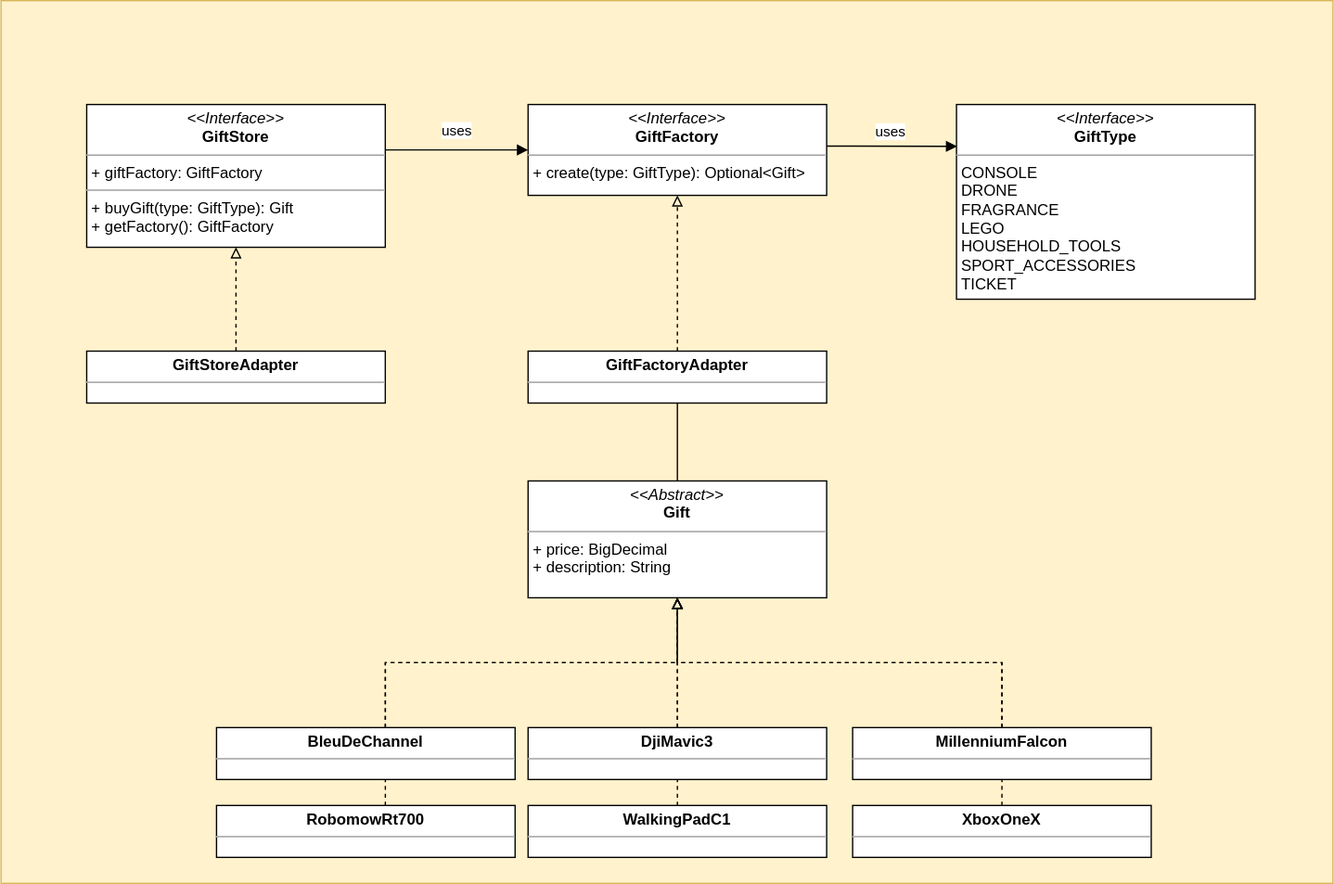
Earlier version of the draw.io export src/main/java/pl/vm/javaguild/designpatterns/pattern/creational/simplefactory/diagram/simple_factory.svg (vmpl/java-design-patterns). Source tidied: cells renumbered, new cells last; positions are measured from the earlier drawing's top-left corner, leaving out a move shared by most shapes. Source of this version:
```xml
<mxGraphModel>
  <root>
    <mxCell id="0" />
    <mxCell id="1" parent="0" />
    <mxCell id="2" style="rounded=0;whiteSpace=wrap;html=1;fillColor=#fff2cc;strokeColor=#d6b656;" parent="1" vertex="1">
      <mxGeometry width="1026" height="680" as="geometry" />
    </mxCell>
    <mxCell id="3" style="edgeStyle=orthogonalEdgeStyle;rounded=0;jettySize=auto;html=1;entryX=0;entryY=0.5;entryDx=0;entryDy=0;endArrow=block;endFill=1;" parent="1" edge="1" source="5" target="8">
      <mxGeometry relative="1" as="geometry">
        <Array as="points">
          <mxPoint x="296" y="115" />
          <mxPoint x="296" y="115" />
        </Array>
      </mxGeometry>
    </mxCell>
    <mxCell id="4" value="uses" style="edgeLabel;html=1;align=center;verticalAlign=middle;" parent="3" vertex="1">
      <mxGeometry x="-0.15" y="-3" relative="1" as="geometry">
        <mxPoint x="7" y="-18" as="offset" />
      </mxGeometry>
    </mxCell>
    <mxCell id="5" value="&lt;p style=&quot;margin:0px;margin-top:4px;text-align:center;&quot;&gt;&lt;i&gt;&amp;lt;&amp;lt;Interface&amp;gt;&amp;gt;&lt;/i&gt;&lt;br&gt;&lt;b&gt;GiftStore&lt;/b&gt;&lt;br&gt;&lt;/p&gt;&lt;hr size=&quot;1&quot;&gt;&lt;p style=&quot;margin:0px;margin-left:4px;&quot;&gt;+ giftFactory: GiftFactory&lt;br&gt;&lt;/p&gt;&lt;hr size=&quot;1&quot;&gt;&lt;p style=&quot;margin:0px;margin-left:4px;&quot;&gt;+ buyGift(type: GiftType): Gift&lt;br&gt;+ getFactory(): GiftFactory&lt;/p&gt;" style="verticalAlign=top;align=left;overflow=fill;fontSize=12;fontFamily=Helvetica;html=1;" parent="1" vertex="1">
      <mxGeometry x="66" y="80" width="230" height="110" as="geometry" />
    </mxCell>
    <mxCell id="6" style="edgeStyle=orthogonalEdgeStyle;rounded=0;jettySize=auto;html=1;entryX=0.002;entryY=0.215;entryDx=0;entryDy=0;entryPerimeter=0;endArrow=block;endFill=1;" parent="1" edge="1" source="8" target="14">
      <mxGeometry relative="1" as="geometry">
        <Array as="points">
          <mxPoint x="656" y="112" />
          <mxPoint x="656" y="112" />
        </Array>
      </mxGeometry>
    </mxCell>
    <mxCell id="7" value="uses" style="edgeLabel;html=1;align=center;verticalAlign=middle;" parent="6" vertex="1">
      <mxGeometry x="0.06" relative="1" as="geometry">
        <mxPoint x="-4" y="-12" as="offset" />
      </mxGeometry>
    </mxCell>
    <mxCell id="8" value="&lt;p style=&quot;margin:0px;margin-top:4px;text-align:center;&quot;&gt;&lt;i&gt;&amp;lt;&amp;lt;Interface&amp;gt;&amp;gt;&lt;/i&gt;&lt;br&gt;&lt;b&gt;GiftFactory&lt;/b&gt;&lt;/p&gt;&lt;hr size=&quot;1&quot;&gt;&lt;p style=&quot;margin:0px;margin-left:4px;&quot;&gt;+ create(type: GiftType): Optional&amp;lt;Gift&amp;gt;&lt;br&gt;&lt;/p&gt;" style="verticalAlign=top;align=left;overflow=fill;fontSize=12;fontFamily=Helvetica;html=1;" parent="1" vertex="1">
      <mxGeometry x="406" y="80" width="230" height="70" as="geometry" />
    </mxCell>
    <mxCell id="9" style="edgeStyle=orthogonalEdgeStyle;rounded=0;jettySize=auto;html=1;entryX=0.5;entryY=1;entryDx=0;entryDy=0;dashed=1;endArrow=block;endFill=0;" parent="1" edge="1" source="10" target="5">
      <mxGeometry relative="1" as="geometry" />
    </mxCell>
    <mxCell id="10" value="&lt;p style=&quot;margin:0px;margin-top:4px;text-align:center;&quot;&gt;&lt;b&gt;GiftStoreAdapter&lt;/b&gt;&lt;/p&gt;&lt;hr size=&quot;1&quot;&gt;&lt;p style=&quot;margin: 0px 0px 0px 4px;&quot;&gt;&lt;br&gt;&lt;/p&gt;" style="verticalAlign=top;align=left;overflow=fill;fontSize=12;fontFamily=Helvetica;html=1;" parent="1" vertex="1">
      <mxGeometry x="66" y="270" width="230" height="40" as="geometry" />
    </mxCell>
    <mxCell id="11" style="edgeStyle=orthogonalEdgeStyle;rounded=0;jettySize=auto;html=1;entryX=0.5;entryY=1;entryDx=0;entryDy=0;dashed=1;endArrow=block;endFill=0;" parent="1" edge="1" source="13" target="8">
      <mxGeometry relative="1" as="geometry" />
    </mxCell>
    <mxCell id="12" style="edgeStyle=orthogonalEdgeStyle;rounded=0;jettySize=auto;html=1;endArrow=none;endFill=0;" parent="1" edge="1" source="13" target="15">
      <mxGeometry relative="1" as="geometry" />
    </mxCell>
    <mxCell id="13" value="&lt;p style=&quot;margin:0px;margin-top:4px;text-align:center;&quot;&gt;&lt;b&gt;GiftFactoryAdapter&lt;/b&gt;&lt;/p&gt;&lt;hr size=&quot;1&quot;&gt;&lt;p style=&quot;margin: 0px 0px 0px 4px;&quot;&gt;&lt;br&gt;&lt;/p&gt;" style="verticalAlign=top;align=left;overflow=fill;fontSize=12;fontFamily=Helvetica;html=1;" parent="1" vertex="1">
      <mxGeometry x="406" y="270" width="230" height="40" as="geometry" />
    </mxCell>
    <mxCell id="14" value="&lt;p style=&quot;margin:0px;margin-top:4px;text-align:center;&quot;&gt;&lt;i&gt;&amp;lt;&amp;lt;Interface&amp;gt;&amp;gt;&lt;/i&gt;&lt;br&gt;&lt;b&gt;GiftType&lt;/b&gt;&lt;/p&gt;&lt;hr size=&quot;1&quot;&gt;&lt;p style=&quot;margin:0px;margin-left:4px;&quot;&gt;CONSOLE&lt;/p&gt;&lt;p style=&quot;margin:0px;margin-left:4px;&quot;&gt;DRONE&lt;/p&gt;&lt;p style=&quot;margin:0px;margin-left:4px;&quot;&gt;FRAGRANCE&lt;/p&gt;&lt;p style=&quot;margin:0px;margin-left:4px;&quot;&gt;LEGO&lt;/p&gt;&lt;p style=&quot;margin:0px;margin-left:4px;&quot;&gt;HOUSEHOLD_TOOLS&lt;/p&gt;&lt;p style=&quot;margin:0px;margin-left:4px;&quot;&gt;SPORT_ACCESSORIES&lt;/p&gt;&lt;p style=&quot;margin:0px;margin-left:4px;&quot;&gt;TICKET&lt;/p&gt;" style="verticalAlign=top;align=left;overflow=fill;fontSize=12;fontFamily=Helvetica;html=1;" parent="1" vertex="1">
      <mxGeometry x="736" y="80" width="230" height="150" as="geometry" />
    </mxCell>
    <mxCell id="15" value="&lt;p style=&quot;margin:0px;margin-top:4px;text-align:center;&quot;&gt;&lt;i&gt;&amp;lt;&amp;lt;Abstract&amp;gt;&amp;gt;&lt;/i&gt;&lt;br&gt;&lt;b&gt;Gift&lt;/b&gt;&lt;br&gt;&lt;/p&gt;&lt;hr size=&quot;1&quot;&gt;&lt;p style=&quot;margin:0px;margin-left:4px;&quot;&gt;+ price: BigDecimal&lt;br&gt;&lt;/p&gt;&lt;p style=&quot;margin:0px;margin-left:4px;&quot;&gt;+ description: String&lt;/p&gt;" style="verticalAlign=top;align=left;overflow=fill;fontSize=12;fontFamily=Helvetica;html=1;" parent="1" vertex="1">
      <mxGeometry x="406" y="370" width="230" height="90" as="geometry" />
    </mxCell>
    <mxCell id="16" style="edgeStyle=orthogonalEdgeStyle;rounded=0;jettySize=auto;html=1;entryX=0.5;entryY=1;entryDx=0;entryDy=0;endArrow=block;endFill=0;dashed=1;" parent="1" edge="1" source="25" target="15">
      <mxGeometry relative="1" as="geometry">
        <Array as="points">
          <mxPoint x="296" y="510" />
          <mxPoint x="521" y="510" />
        </Array>
      </mxGeometry>
    </mxCell>
    <mxCell id="17" style="edgeStyle=orthogonalEdgeStyle;rounded=0;jettySize=auto;html=1;dashed=1;endArrow=block;endFill=0;entryX=0.5;entryY=1;entryDx=0;entryDy=0;" parent="1" edge="1" source="20" target="15">
      <mxGeometry relative="1" as="geometry">
        <Array as="points">
          <mxPoint x="296" y="510" />
          <mxPoint x="521" y="510" />
        </Array>
      </mxGeometry>
    </mxCell>
    <mxCell id="18" style="edgeStyle=orthogonalEdgeStyle;rounded=0;jettySize=auto;html=1;dashed=1;endArrow=block;endFill=0;" parent="1" edge="1" source="26">
      <mxGeometry relative="1" as="geometry">
        <mxPoint x="521" y="460" as="targetPoint" />
      </mxGeometry>
    </mxCell>
    <mxCell id="19" style="edgeStyle=orthogonalEdgeStyle;rounded=0;jettySize=auto;html=1;dashed=1;endArrow=block;endFill=0;exitX=0.5;exitY=0;exitDx=0;exitDy=0;" parent="1" edge="1" source="27">
      <mxGeometry relative="1" as="geometry">
        <mxPoint x="521" y="460" as="targetPoint" />
        <Array as="points">
          <mxPoint x="771" y="510" />
          <mxPoint x="521" y="510" />
        </Array>
      </mxGeometry>
    </mxCell>
    <mxCell id="20" value="&lt;p style=&quot;margin:0px;margin-top:4px;text-align:center;&quot;&gt;&lt;b&gt;RobomowRt700&lt;/b&gt;&lt;/p&gt;&lt;hr size=&quot;1&quot;&gt;&lt;p style=&quot;margin: 0px 0px 0px 4px;&quot;&gt;&lt;br&gt;&lt;/p&gt;" style="verticalAlign=top;align=left;overflow=fill;fontSize=12;fontFamily=Helvetica;html=1;" parent="1" vertex="1">
      <mxGeometry x="166" y="620" width="230" height="40" as="geometry" />
    </mxCell>
    <mxCell id="21" style="edgeStyle=orthogonalEdgeStyle;rounded=0;jettySize=auto;html=1;dashed=1;endArrow=block;endFill=0;" parent="1" edge="1" source="22">
      <mxGeometry relative="1" as="geometry">
        <mxPoint x="521" y="460" as="targetPoint" />
      </mxGeometry>
    </mxCell>
    <mxCell id="22" value="&lt;p style=&quot;margin:0px;margin-top:4px;text-align:center;&quot;&gt;&lt;b&gt;WalkingPadC1&lt;/b&gt;&lt;/p&gt;&lt;hr size=&quot;1&quot;&gt;&lt;p style=&quot;margin: 0px 0px 0px 4px;&quot;&gt;&lt;br&gt;&lt;/p&gt;" style="verticalAlign=top;align=left;overflow=fill;fontSize=12;fontFamily=Helvetica;html=1;" parent="1" vertex="1">
      <mxGeometry x="406" y="620" width="230" height="40" as="geometry" />
    </mxCell>
    <mxCell id="23" style="edgeStyle=orthogonalEdgeStyle;rounded=0;jettySize=auto;html=1;dashed=1;endArrow=block;endFill=0;entryX=0.5;entryY=1;entryDx=0;entryDy=0;" parent="1" edge="1" source="24" target="15">
      <mxGeometry relative="1" as="geometry">
        <Array as="points">
          <mxPoint x="771" y="510" />
          <mxPoint x="521" y="510" />
        </Array>
      </mxGeometry>
    </mxCell>
    <mxCell id="24" value="&lt;p style=&quot;margin:0px;margin-top:4px;text-align:center;&quot;&gt;&lt;b&gt;XboxOneX&lt;/b&gt;&lt;/p&gt;&lt;hr size=&quot;1&quot;&gt;&lt;p style=&quot;margin: 0px 0px 0px 4px;&quot;&gt;&lt;br&gt;&lt;/p&gt;" style="verticalAlign=top;align=left;overflow=fill;fontSize=12;fontFamily=Helvetica;html=1;" parent="1" vertex="1">
      <mxGeometry x="656" y="620" width="230" height="40" as="geometry" />
    </mxCell>
    <mxCell id="25" value="&lt;p style=&quot;margin:0px;margin-top:4px;text-align:center;&quot;&gt;&lt;b&gt;BleuDeChannel&lt;/b&gt;&lt;/p&gt;&lt;hr size=&quot;1&quot;&gt;&lt;p style=&quot;margin: 0px 0px 0px 4px;&quot;&gt;&lt;br&gt;&lt;/p&gt;" style="verticalAlign=top;align=left;overflow=fill;fontSize=12;fontFamily=Helvetica;html=1;" parent="1" vertex="1">
      <mxGeometry x="166" y="560" width="230" height="40" as="geometry" />
    </mxCell>
    <mxCell id="26" value="&lt;p style=&quot;margin:0px;margin-top:4px;text-align:center;&quot;&gt;&lt;b&gt;DjiMavic3&lt;/b&gt;&lt;/p&gt;&lt;hr size=&quot;1&quot;&gt;&lt;p style=&quot;margin: 0px 0px 0px 4px;&quot;&gt;&lt;br&gt;&lt;/p&gt;" style="verticalAlign=top;align=left;overflow=fill;fontSize=12;fontFamily=Helvetica;html=1;" parent="1" vertex="1">
      <mxGeometry x="406" y="560" width="230" height="40" as="geometry" />
    </mxCell>
    <mxCell id="27" value="&lt;p style=&quot;margin:0px;margin-top:4px;text-align:center;&quot;&gt;&lt;b&gt;MillenniumFalcon&lt;/b&gt;&lt;/p&gt;&lt;hr size=&quot;1&quot;&gt;&lt;p style=&quot;margin: 0px 0px 0px 4px;&quot;&gt;&lt;br&gt;&lt;/p&gt;" style="verticalAlign=top;align=left;overflow=fill;fontSize=12;fontFamily=Helvetica;html=1;" parent="1" vertex="1">
      <mxGeometry x="656" y="560" width="230" height="40" as="geometry" />
    </mxCell>
  </root>
</mxGraphModel>
```
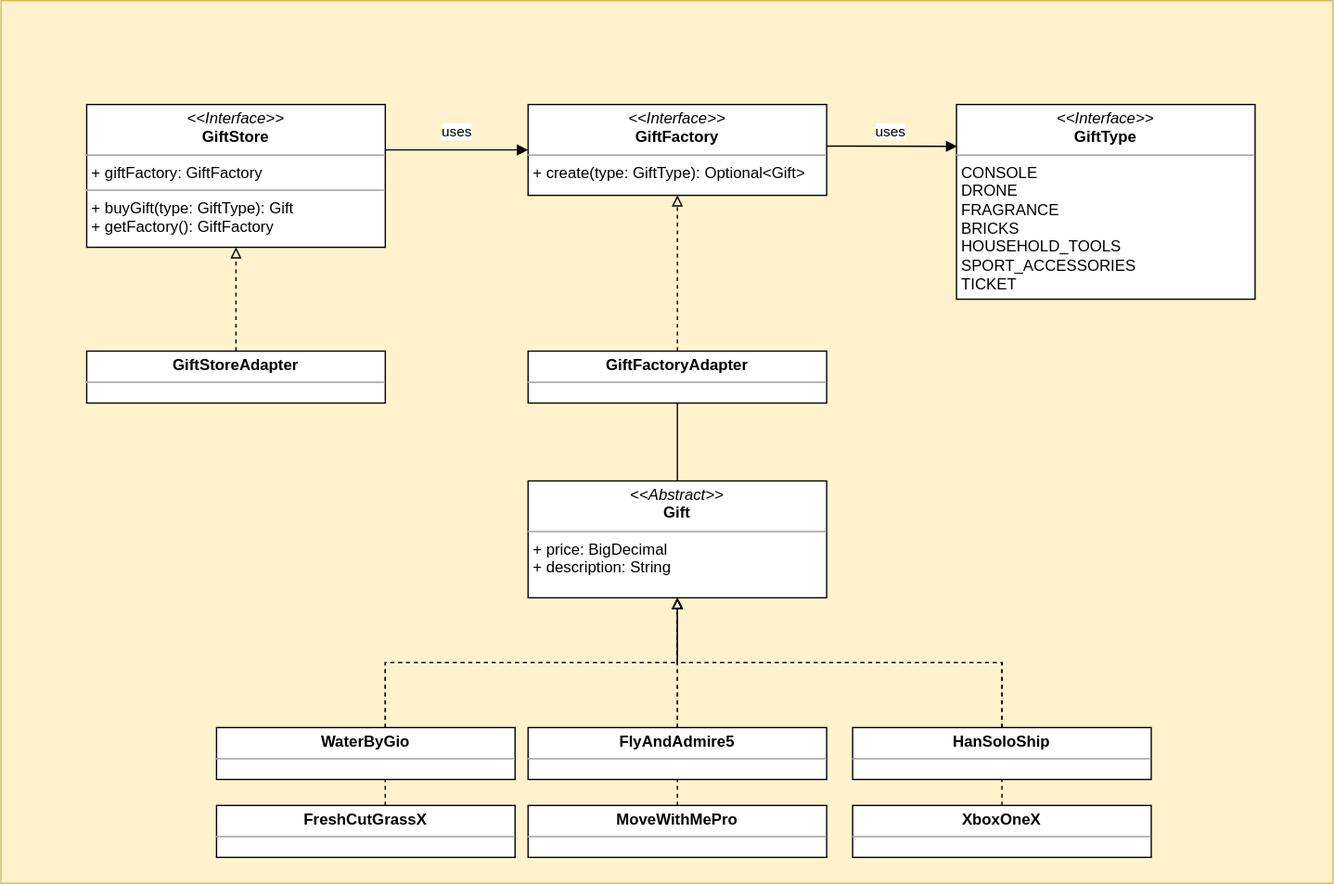
Later version of the same file.

The edit, as a diff of the source:
```diff
@@ -52,7 +52,7 @@
     <mxCell id="13" value="&lt;p style=&quot;margin:0px;margin-top:4px;text-align:center;&quot;&gt;&lt;b&gt;GiftFactoryAdapter&lt;/b&gt;&lt;/p&gt;&lt;hr size=&quot;1&quot;&gt;&lt;p style=&quot;margin: 0px 0px 0px 4px;&quot;&gt;&lt;br&gt;&lt;/p&gt;" style="verticalAlign=top;align=left;overflow=fill;fontSize=12;fontFamily=Helvetica;html=1;" parent="1" vertex="1">
       <mxGeometry x="406" y="270" width="230" height="40" as="geometry" />
     </mxCell>
-    <mxCell id="14" value="&lt;p style=&quot;margin:0px;margin-top:4px;text-align:center;&quot;&gt;&lt;i&gt;&amp;lt;&amp;lt;Interface&amp;gt;&amp;gt;&lt;/i&gt;&lt;br&gt;&lt;b&gt;GiftType&lt;/b&gt;&lt;/p&gt;&lt;hr size=&quot;1&quot;&gt;&lt;p style=&quot;margin:0px;margin-left:4px;&quot;&gt;CONSOLE&lt;/p&gt;&lt;p style=&quot;margin:0px;margin-left:4px;&quot;&gt;DRONE&lt;/p&gt;&lt;p style=&quot;margin:0px;margin-left:4px;&quot;&gt;FRAGRANCE&lt;/p&gt;&lt;p style=&quot;margin:0px;margin-left:4px;&quot;&gt;LEGO&lt;/p&gt;&lt;p style=&quot;margin:0px;margin-left:4px;&quot;&gt;HOUSEHOLD_TOOLS&lt;/p&gt;&lt;p style=&quot;margin:0px;margin-left:4px;&quot;&gt;SPORT_ACCESSORIES&lt;/p&gt;&lt;p style=&quot;margin:0px;margin-left:4px;&quot;&gt;TICKET&lt;/p&gt;" style="verticalAlign=top;align=left;overflow=fill;fontSize=12;fontFamily=Helvetica;html=1;" parent="1" vertex="1">
+    <mxCell id="14" value="&lt;p style=&quot;margin:0px;margin-top:4px;text-align:center;&quot;&gt;&lt;i&gt;&amp;lt;&amp;lt;Interface&amp;gt;&amp;gt;&lt;/i&gt;&lt;br&gt;&lt;b&gt;GiftType&lt;/b&gt;&lt;/p&gt;&lt;hr size=&quot;1&quot;&gt;&lt;p style=&quot;margin:0px;margin-left:4px;&quot;&gt;CONSOLE&lt;/p&gt;&lt;p style=&quot;margin:0px;margin-left:4px;&quot;&gt;DRONE&lt;/p&gt;&lt;p style=&quot;margin:0px;margin-left:4px;&quot;&gt;FRAGRANCE&lt;/p&gt;&lt;p style=&quot;margin:0px;margin-left:4px;&quot;&gt;BRICKS&lt;/p&gt;&lt;p style=&quot;margin:0px;margin-left:4px;&quot;&gt;HOUSEHOLD_TOOLS&lt;/p&gt;&lt;p style=&quot;margin:0px;margin-left:4px;&quot;&gt;SPORT_ACCESSORIES&lt;/p&gt;&lt;p style=&quot;margin:0px;margin-left:4px;&quot;&gt;TICKET&lt;/p&gt;" style="verticalAlign=top;align=left;overflow=fill;fontSize=12;fontFamily=Helvetica;html=1;" parent="1" vertex="1">
       <mxGeometry x="736" y="80" width="230" height="150" as="geometry" />
     </mxCell>
     <mxCell id="15" value="&lt;p style=&quot;margin:0px;margin-top:4px;text-align:center;&quot;&gt;&lt;i&gt;&amp;lt;&amp;lt;Abstract&amp;gt;&amp;gt;&lt;/i&gt;&lt;br&gt;&lt;b&gt;Gift&lt;/b&gt;&lt;br&gt;&lt;/p&gt;&lt;hr size=&quot;1&quot;&gt;&lt;p style=&quot;margin:0px;margin-left:4px;&quot;&gt;+ price: BigDecimal&lt;br&gt;&lt;/p&gt;&lt;p style=&quot;margin:0px;margin-left:4px;&quot;&gt;+ description: String&lt;/p&gt;" style="verticalAlign=top;align=left;overflow=fill;fontSize=12;fontFamily=Helvetica;html=1;" parent="1" vertex="1">
@@ -88,7 +88,7 @@
         </Array>
       </mxGeometry>
     </mxCell>
-    <mxCell id="20" value="&lt;p style=&quot;margin:0px;margin-top:4px;text-align:center;&quot;&gt;&lt;b&gt;RobomowRt700&lt;/b&gt;&lt;/p&gt;&lt;hr size=&quot;1&quot;&gt;&lt;p style=&quot;margin: 0px 0px 0px 4px;&quot;&gt;&lt;br&gt;&lt;/p&gt;" style="verticalAlign=top;align=left;overflow=fill;fontSize=12;fontFamily=Helvetica;html=1;" parent="1" vertex="1">
+    <mxCell id="20" value="&lt;p style=&quot;margin:0px;margin-top:4px;text-align:center;&quot;&gt;&lt;b&gt;FreshCutGrassX&lt;/b&gt;&lt;/p&gt;&lt;hr size=&quot;1&quot;&gt;&lt;p style=&quot;margin: 0px 0px 0px 4px;&quot;&gt;&lt;br&gt;&lt;/p&gt;" style="verticalAlign=top;align=left;overflow=fill;fontSize=12;fontFamily=Helvetica;html=1;" parent="1" vertex="1">
       <mxGeometry x="166" y="620" width="230" height="40" as="geometry" />
     </mxCell>
     <mxCell id="21" style="edgeStyle=orthogonalEdgeStyle;rounded=0;jettySize=auto;html=1;dashed=1;endArrow=block;endFill=0;" parent="1" edge="1" source="22">
@@ -96,7 +96,7 @@
         <mxPoint x="521" y="460" as="targetPoint" />
       </mxGeometry>
     </mxCell>
-    <mxCell id="22" value="&lt;p style=&quot;margin:0px;margin-top:4px;text-align:center;&quot;&gt;&lt;b&gt;WalkingPadC1&lt;/b&gt;&lt;/p&gt;&lt;hr size=&quot;1&quot;&gt;&lt;p style=&quot;margin: 0px 0px 0px 4px;&quot;&gt;&lt;br&gt;&lt;/p&gt;" style="verticalAlign=top;align=left;overflow=fill;fontSize=12;fontFamily=Helvetica;html=1;" parent="1" vertex="1">
+    <mxCell id="22" value="&lt;p style=&quot;margin:0px;margin-top:4px;text-align:center;&quot;&gt;&lt;b&gt;MoveWithMePro&lt;/b&gt;&lt;/p&gt;&lt;hr size=&quot;1&quot;&gt;&lt;p style=&quot;margin: 0px 0px 0px 4px;&quot;&gt;&lt;br&gt;&lt;/p&gt;" style="verticalAlign=top;align=left;overflow=fill;fontSize=12;fontFamily=Helvetica;html=1;" parent="1" vertex="1">
       <mxGeometry x="406" y="620" width="230" height="40" as="geometry" />
     </mxCell>
     <mxCell id="23" style="edgeStyle=orthogonalEdgeStyle;rounded=0;jettySize=auto;html=1;dashed=1;endArrow=block;endFill=0;entryX=0.5;entryY=1;entryDx=0;entryDy=0;" parent="1" edge="1" source="24" target="15">
@@ -110,13 +110,13 @@
     <mxCell id="24" value="&lt;p style=&quot;margin:0px;margin-top:4px;text-align:center;&quot;&gt;&lt;b&gt;XboxOneX&lt;/b&gt;&lt;/p&gt;&lt;hr size=&quot;1&quot;&gt;&lt;p style=&quot;margin: 0px 0px 0px 4px;&quot;&gt;&lt;br&gt;&lt;/p&gt;" style="verticalAlign=top;align=left;overflow=fill;fontSize=12;fontFamily=Helvetica;html=1;" parent="1" vertex="1">
       <mxGeometry x="656" y="620" width="230" height="40" as="geometry" />
     </mxCell>
-    <mxCell id="25" value="&lt;p style=&quot;margin:0px;margin-top:4px;text-align:center;&quot;&gt;&lt;b&gt;BleuDeChannel&lt;/b&gt;&lt;/p&gt;&lt;hr size=&quot;1&quot;&gt;&lt;p style=&quot;margin: 0px 0px 0px 4px;&quot;&gt;&lt;br&gt;&lt;/p&gt;" style="verticalAlign=top;align=left;overflow=fill;fontSize=12;fontFamily=Helvetica;html=1;" parent="1" vertex="1">
+    <mxCell id="25" value="&lt;p style=&quot;margin:0px;margin-top:4px;text-align:center;&quot;&gt;&lt;b&gt;WaterByGio&lt;/b&gt;&lt;/p&gt;&lt;hr size=&quot;1&quot;&gt;&lt;p style=&quot;margin: 0px 0px 0px 4px;&quot;&gt;&lt;br&gt;&lt;/p&gt;" style="verticalAlign=top;align=left;overflow=fill;fontSize=12;fontFamily=Helvetica;html=1;" parent="1" vertex="1">
       <mxGeometry x="166" y="560" width="230" height="40" as="geometry" />
     </mxCell>
-    <mxCell id="26" value="&lt;p style=&quot;margin:0px;margin-top:4px;text-align:center;&quot;&gt;&lt;b&gt;DjiMavic3&lt;/b&gt;&lt;/p&gt;&lt;hr size=&quot;1&quot;&gt;&lt;p style=&quot;margin: 0px 0px 0px 4px;&quot;&gt;&lt;br&gt;&lt;/p&gt;" style="verticalAlign=top;align=left;overflow=fill;fontSize=12;fontFamily=Helvetica;html=1;" parent="1" vertex="1">
+    <mxCell id="26" value="&lt;p style=&quot;margin:0px;margin-top:4px;text-align:center;&quot;&gt;&lt;b&gt;FlyAndAdmire5&lt;/b&gt;&lt;/p&gt;&lt;hr size=&quot;1&quot;&gt;&lt;p style=&quot;margin: 0px 0px 0px 4px;&quot;&gt;&lt;br&gt;&lt;/p&gt;" style="verticalAlign=top;align=left;overflow=fill;fontSize=12;fontFamily=Helvetica;html=1;" parent="1" vertex="1">
       <mxGeometry x="406" y="560" width="230" height="40" as="geometry" />
     </mxCell>
-    <mxCell id="27" value="&lt;p style=&quot;margin:0px;margin-top:4px;text-align:center;&quot;&gt;&lt;b&gt;MillenniumFalcon&lt;/b&gt;&lt;/p&gt;&lt;hr size=&quot;1&quot;&gt;&lt;p style=&quot;margin: 0px 0px 0px 4px;&quot;&gt;&lt;br&gt;&lt;/p&gt;" style="verticalAlign=top;align=left;overflow=fill;fontSize=12;fontFamily=Helvetica;html=1;" parent="1" vertex="1">
+    <mxCell id="27" value="&lt;p style=&quot;margin:0px;margin-top:4px;text-align:center;&quot;&gt;&lt;b&gt;HanSoloShip&lt;/b&gt;&lt;/p&gt;&lt;hr size=&quot;1&quot;&gt;&lt;p style=&quot;margin: 0px 0px 0px 4px;&quot;&gt;&lt;br&gt;&lt;/p&gt;" style="verticalAlign=top;align=left;overflow=fill;fontSize=12;fontFamily=Helvetica;html=1;" parent="1" vertex="1">
       <mxGeometry x="656" y="560" width="230" height="40" as="geometry" />
     </mxCell>
   </root>
```
